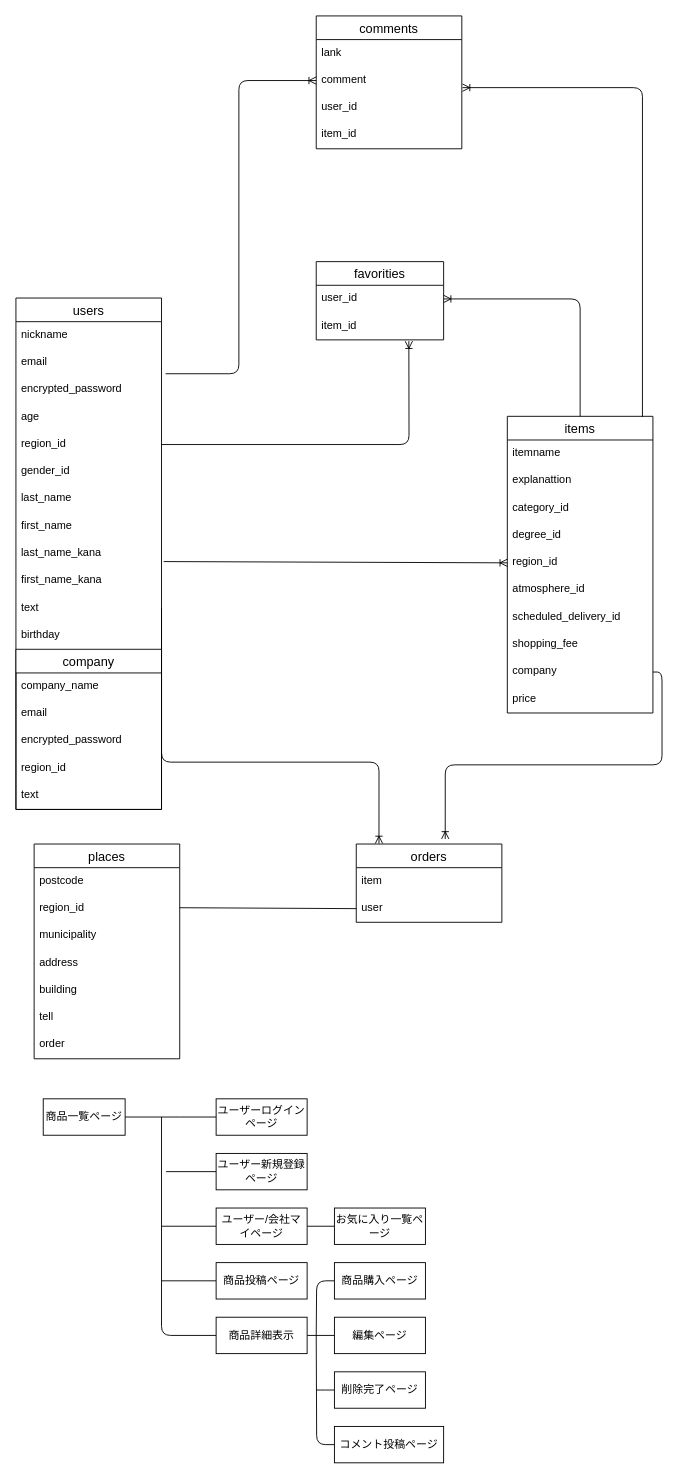
Earlier version of the draw.io diagram test.dio (marugit28/original). Source tidied: cells renumbered, new cells numbered last; positions are measured from the earlier drawing's top-left corner, leaving out a move shared by most shapes. Both pictures are drawn from the tidied source at 91%, with x=0, y=0 at pixel (15, 15).
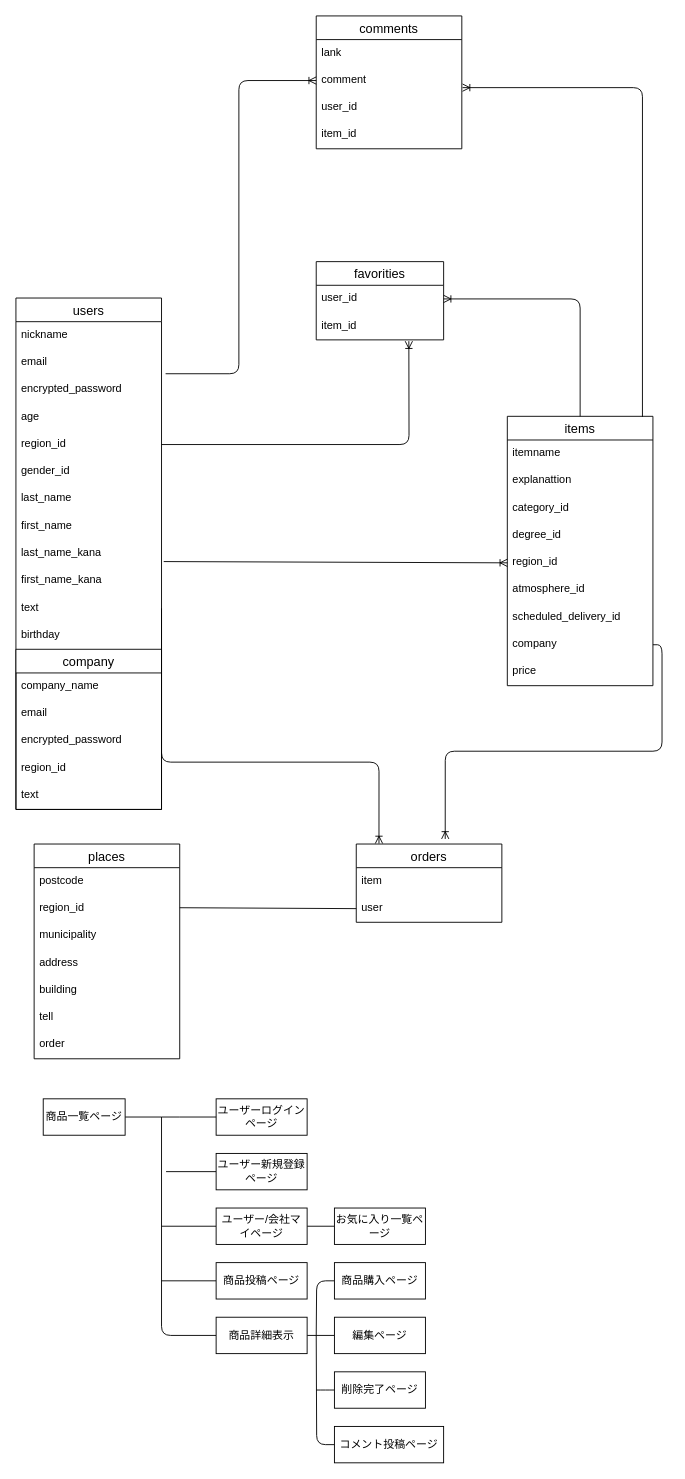
The same page after the edit.

What changed in the source:
```diff
@@
     <mxCell id="2" value="items" style="swimlane;fontStyle=0;horizontal=1;startSize=26;align=center;fontSize=14;" parent="1" vertex="1">
-      <mxGeometry x="540" y="440" width="160" height="326" as="geometry" />
+      <mxGeometry x="540" y="440" width="160" height="296" as="geometry" />
     </mxCell>
@@
-    <mxCell id="10" value="shopping_fee" style="text;strokeColor=none;fillColor=none;spacingLeft=4;spacingRight=4;overflow=hidden;fontSize=12;" parent="2" vertex="1">
-      <mxGeometry y="236" width="160" height="30" as="geometry" />
-    </mxCell>
     <mxCell id="11" value="company" style="text;strokeColor=none;fillColor=none;spacingLeft=4;spacingRight=4;overflow=hidden;points=[[0,0.5],[1,0.5]];portConstraint=eastwest;fontSize=12;" parent="2" vertex="1">
-      <mxGeometry y="266" width="160" height="30" as="geometry" />
+      <mxGeometry y="236" width="160" height="30" as="geometry" />
     </mxCell>
     <mxCell id="12" value="price" style="text;strokeColor=none;fillColor=none;spacingLeft=4;spacingRight=4;overflow=hidden;fontSize=12;" parent="2" vertex="1">
-      <mxGeometry y="296" width="160" height="30" as="geometry" />
+      <mxGeometry y="266" width="160" height="30" as="geometry" />
     </mxCell>
```
